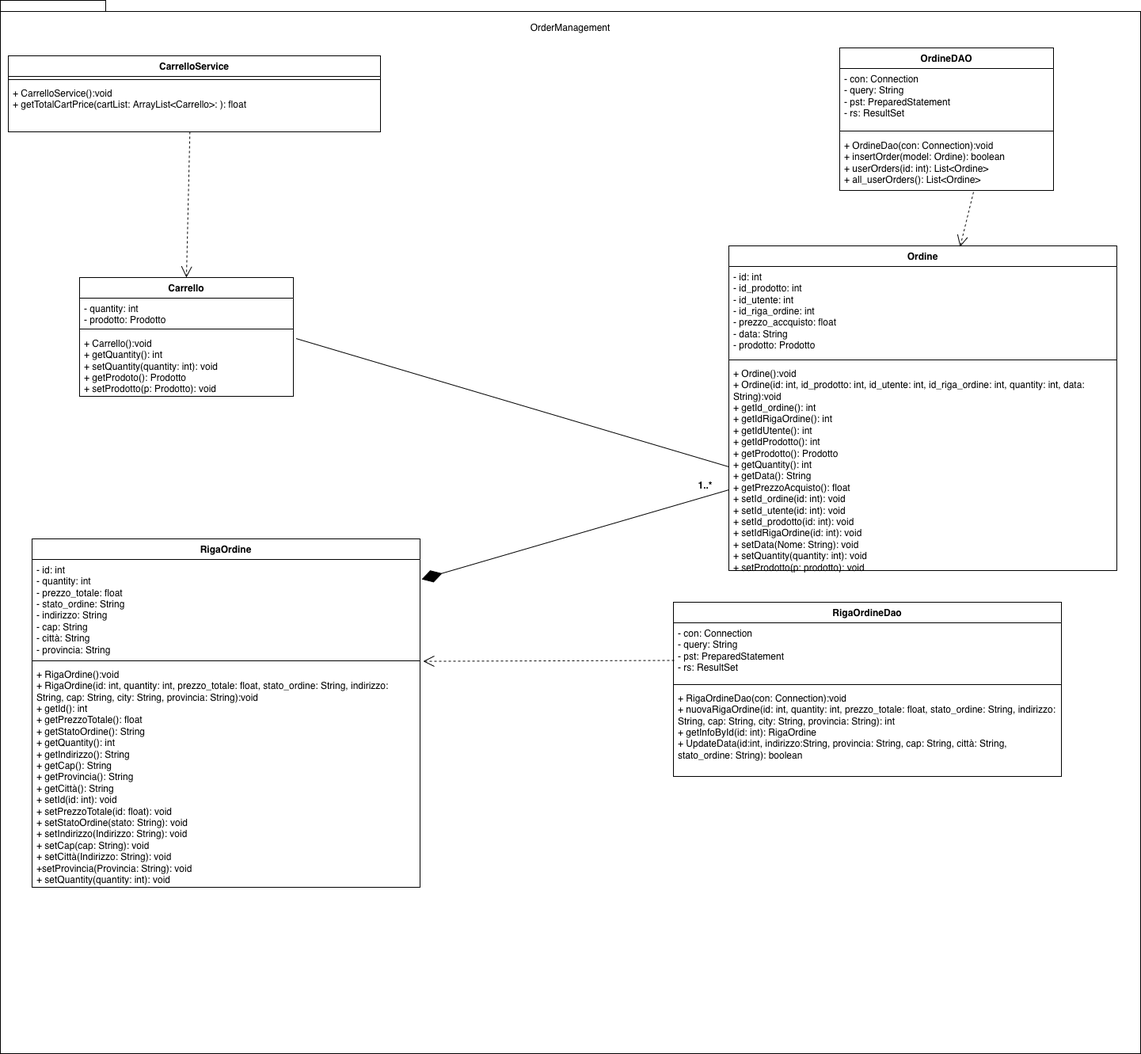
SigsUni/LaCantina keeps this draw.io diagram as Deliverables/Object Design Document Images/OrderManagement.png. Above is the earlier version. Source tidied: cells renumbered, new cells last; positions are measured from the earlier drawing's top-left corner, leaving out a move shared by most shapes.
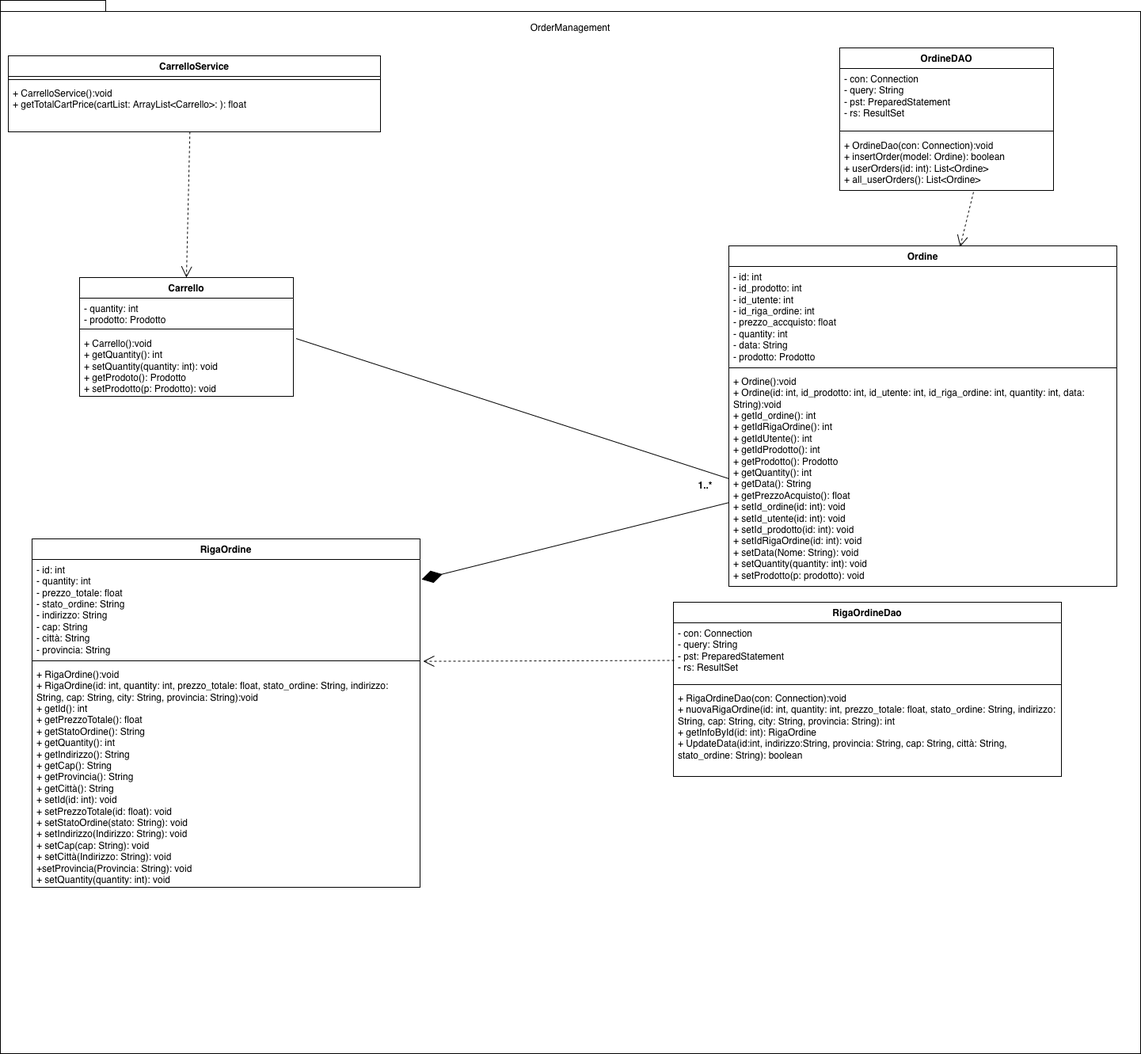
The same file after the commit.

What changed in the source:
```diff
@@ -21,16 +21,16 @@
       <mxGeometry y="110" width="270" height="70" as="geometry" />
     </mxCell>
     <mxCell id="8" value="Ordine" style="swimlane;fontStyle=1;align=center;verticalAlign=top;horizontal=1;startSize=26;whiteSpace=wrap;html=1;" parent="1" vertex="1">
-      <mxGeometry x="920" y="310" width="490" height="410" as="geometry" />
+      <mxGeometry x="920" y="310" width="490" height="430" as="geometry" />
     </mxCell>
-    <mxCell id="9" value="&lt;div&gt;- id: int&lt;/div&gt;&lt;div&gt;- id_prodotto: int&lt;/div&gt;&lt;div&gt;- id_utente: int&lt;span style=&quot;white-space: pre;&quot;&gt;&#9;&lt;/span&gt;&lt;/div&gt;&lt;div&gt;&lt;span style=&quot;white-space: pre;&quot;&gt;- id_riga_ordine: int&lt;/span&gt;&lt;/div&gt;&lt;div&gt;&lt;span style=&quot;white-space: pre;&quot;&gt;- prezzo_accquisto: float&lt;/span&gt;&lt;/div&gt;&lt;div&gt;&lt;span style=&quot;white-space: pre;&quot;&gt;- data: String&lt;/span&gt;&lt;/div&gt;&lt;div&gt;&lt;span style=&quot;white-space: pre;&quot;&gt;- prodotto: Prodotto&lt;/span&gt;&lt;/div&gt;" style="text;strokeColor=none;fillColor=none;align=left;verticalAlign=top;spacingLeft=4;spacingRight=4;overflow=hidden;whiteSpace=wrap;html=1;" parent="8" vertex="1">
-      <mxGeometry y="26" width="490" height="114" as="geometry" />
+    <mxCell id="9" value="&lt;div&gt;- id: int&lt;/div&gt;&lt;div&gt;- id_prodotto: int&lt;/div&gt;&lt;div&gt;- id_utente: int&lt;span style=&quot;white-space: pre;&quot;&gt;&#9;&lt;/span&gt;&lt;/div&gt;&lt;div&gt;&lt;span style=&quot;white-space: pre;&quot;&gt;- id_riga_ordine: int&lt;/span&gt;&lt;/div&gt;&lt;div&gt;&lt;span style=&quot;white-space: pre;&quot;&gt;- prezzo_accquisto: float&lt;/span&gt;&lt;/div&gt;&lt;div&gt;&lt;span style=&quot;white-space: pre;&quot;&gt;- quantity: int&lt;/span&gt;&lt;/div&gt;&lt;div&gt;&lt;span style=&quot;white-space: pre;&quot;&gt;- data: String&lt;/span&gt;&lt;/div&gt;&lt;div&gt;&lt;span style=&quot;white-space: pre;&quot;&gt;- prodotto: Prodotto&lt;/span&gt;&lt;/div&gt;" style="text;strokeColor=none;fillColor=none;align=left;verticalAlign=top;spacingLeft=4;spacingRight=4;overflow=hidden;whiteSpace=wrap;html=1;" parent="8" vertex="1">
+      <mxGeometry y="26" width="490" height="124" as="geometry" />
     </mxCell>
     <mxCell id="10" style="line;strokeWidth=1;fillColor=none;align=left;verticalAlign=middle;spacingTop=-1;spacingLeft=3;spacingRight=3;labelPosition=right;strokeColor=inherit;" parent="8" vertex="1">
-      <mxGeometry y="140" width="490" height="8" as="geometry" />
+      <mxGeometry y="150" width="490" height="8" as="geometry" />
     </mxCell>
     <mxCell id="11" value="&lt;div&gt;+ Ordine():void&lt;/div&gt;&lt;div&gt;+ Ordine(id: int, id_prodotto: int, id_utente: int, id_riga_ordine: int, quantity: int, data: String):void&lt;/div&gt;&lt;div&gt;+ getId_ordine(): int&lt;/div&gt;&lt;div&gt;+ getIdRigaOrdine(): int&lt;/div&gt;&lt;div&gt;+ getIdUtente(): int&lt;/div&gt;&lt;div&gt;+ getIdProdotto(): int&lt;/div&gt;&lt;div&gt;+ getProdotto(): Prodotto&lt;/div&gt;&lt;div&gt;+ getQuantity(): int&lt;/div&gt;&lt;div&gt;+ getData(): String&lt;/div&gt;&lt;div&gt;+ getPrezzoAcquisto(): float&lt;/div&gt;&lt;div&gt;+ setId_ordine(id: int): void&lt;/div&gt;&lt;div&gt;+ setId_utente(id: int): void&lt;/div&gt;&lt;div&gt;+ setId_prodotto(id: int): void&lt;/div&gt;&lt;div&gt;+ setIdRigaOrdine(id: int): void&lt;/div&gt;&lt;div&gt;+&amp;nbsp;setData(Nome: String): void&lt;/div&gt;&lt;div&gt;+ setQuantity(quantity: int): void&lt;/div&gt;&lt;div&gt;+ setProdotto(p: prodotto): void&lt;/div&gt;&lt;div&gt;&lt;br&gt;&lt;/div&gt;" style="text;strokeColor=none;fillColor=none;align=left;verticalAlign=top;spacingLeft=4;spacingRight=4;overflow=hidden;points=[[0,0.5],[1,0.5]];portConstraint=eastwest;whiteSpace=wrap;html=1;" parent="8" vertex="1">
-      <mxGeometry y="148" width="490" height="262" as="geometry" />
+      <mxGeometry y="158" width="490" height="272" as="geometry" />
     </mxCell>
     <mxCell id="12" style="endArrow=open;endSize=12;dashed=1;html=1;rounded=0;exitX=0.626;exitY=1.029;exitDx=0;exitDy=0;exitPerimeter=0;entryX=0.596;entryY=0.003;entryDx=0;entryDy=0;entryPerimeter=0;" parent="1" edge="1" source="7" target="8">
       <mxGeometry relative="1" as="geometry" />
```
